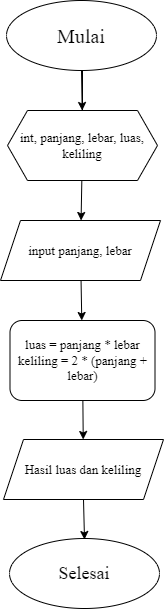
Above: FlowchartPersegiPanjang.png in Sariafauzani/daspro_latihan4 (draw.io), before the change. Source tidied: cells renumbered, new cells last; positions are measured from the earlier drawing's top-left corner, leaving out a move shared by most shapes. The source it was exported from:
```xml
<mxGraphModel>
  <root>
    <mxCell id="0" />
    <mxCell id="1" parent="0" />
    <mxCell id="2" style="edgeStyle=none;html=1;fontFamily=Times New Roman;fontSize=13;" parent="1" edge="1" source="3" target="5">
      <mxGeometry relative="1" as="geometry" />
    </mxCell>
    <mxCell id="3" value="&lt;font face=&quot;Times New Roman&quot; style=&quot;font-size: 20px;&quot;&gt;Mulai&lt;/font&gt;" style="ellipse;whiteSpace=wrap;html=1;" parent="1" vertex="1">
      <mxGeometry x="6" width="150" height="70" as="geometry" />
    </mxCell>
    <mxCell id="4" style="edgeStyle=none;html=1;fontFamily=Times New Roman;fontSize=13;" parent="1" edge="1" source="5" target="7">
      <mxGeometry relative="1" as="geometry" />
    </mxCell>
    <mxCell id="5" value="&lt;font style=&quot;font-size: 13px;&quot; face=&quot;Times New Roman&quot;&gt;int, panjang, lebar, luas, keliling&lt;/font&gt;" style="shape=hexagon;perimeter=hexagonPerimeter2;whiteSpace=wrap;html=1;fixedSize=1;" parent="1" vertex="1">
      <mxGeometry x="7" y="110" width="150" height="70" as="geometry" />
    </mxCell>
    <mxCell id="6" style="edgeStyle=none;html=1;fontFamily=Times New Roman;fontSize=13;" parent="1" edge="1" source="7" target="9">
      <mxGeometry relative="1" as="geometry" />
    </mxCell>
    <mxCell id="7" value="&lt;font style=&quot;font-size: 13px;&quot;&gt;input panjang, lebar&lt;/font&gt;" style="shape=parallelogram;perimeter=parallelogramPerimeter;whiteSpace=wrap;html=1;fixedSize=1;fontFamily=Times New Roman;" parent="1" vertex="1">
      <mxGeometry y="220" width="160" height="60" as="geometry" />
    </mxCell>
    <mxCell id="8" style="edgeStyle=none;html=1;fontFamily=Times New Roman;fontSize=13;" parent="1" edge="1" source="9" target="11">
      <mxGeometry relative="1" as="geometry" />
    </mxCell>
    <mxCell id="9" value="&lt;font style=&quot;font-size: 13px;&quot; face=&quot;Times New Roman&quot;&gt;luas = panjang * lebar&lt;br&gt;keliling = 2 * (panjang + lebar)&lt;/font&gt;" style="rounded=1;whiteSpace=wrap;html=1;" parent="1" vertex="1">
      <mxGeometry x="9.5" y="320" width="145" height="80" as="geometry" />
    </mxCell>
    <mxCell id="10" style="edgeStyle=none;html=1;fontFamily=Times New Roman;fontSize=13;exitX=0.5;exitY=1;exitDx=0;exitDy=0;" parent="1" edge="1" source="11">
      <mxGeometry relative="1" as="geometry">
        <mxPoint x="84" y="539" as="targetPoint" />
      </mxGeometry>
    </mxCell>
    <mxCell id="11" value="&lt;font style=&quot;font-size: 13px;&quot; face=&quot;Times New Roman&quot;&gt;Hasil luas dan keliling&lt;/font&gt;" style="shape=parallelogram;perimeter=parallelogramPerimeter;whiteSpace=wrap;html=1;fixedSize=1;" parent="1" vertex="1">
      <mxGeometry x="3" y="439" width="160" height="60" as="geometry" />
    </mxCell>
    <mxCell id="12" value="&lt;font style=&quot;font-size: 18px;&quot; face=&quot;Times New Roman&quot;&gt;Selesai&lt;/font&gt;" style="ellipse;whiteSpace=wrap;html=1;" parent="1" vertex="1">
      <mxGeometry x="9" y="538" width="150" height="70" as="geometry" />
    </mxCell>
    <mxCell id="13" style="endArrow=none;html=1;exitX=0.5;exitY=0;exitDx=0;exitDy=0;" parent="1" edge="1" source="5">
      <mxGeometry relative="1" as="geometry">
        <mxPoint x="82" y="70" as="targetPoint" />
      </mxGeometry>
    </mxCell>
  </root>
</mxGraphModel>
```
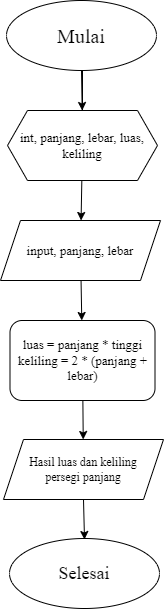
Later version of the same file.

The edit, as a diff of the source:
```diff
@@ -11,19 +11,19 @@
     <mxCell id="4" style="edgeStyle=none;html=1;fontFamily=Times New Roman;fontSize=13;" parent="1" edge="1" source="5" target="7">
       <mxGeometry relative="1" as="geometry" />
     </mxCell>
-    <mxCell id="5" value="&lt;font style=&quot;font-size: 13px;&quot; face=&quot;Times New Roman&quot;&gt;int, panjang, lebar, luas, keliling&lt;/font&gt;" style="shape=hexagon;perimeter=hexagonPerimeter2;whiteSpace=wrap;html=1;fixedSize=1;" parent="1" vertex="1">
+    <mxCell id="5" value="&lt;font face=&quot;Times New Roman&quot;&gt;&lt;span style=&quot;font-size: 13px;&quot;&gt;int, panjang, lebar, luas, keliling&lt;/span&gt;&lt;/font&gt;" style="shape=hexagon;perimeter=hexagonPerimeter2;whiteSpace=wrap;html=1;fixedSize=1;" parent="1" vertex="1">
       <mxGeometry x="7" y="110" width="150" height="70" as="geometry" />
     </mxCell>
     <mxCell id="6" style="edgeStyle=none;html=1;fontFamily=Times New Roman;fontSize=13;" parent="1" edge="1" source="7" target="9">
       <mxGeometry relative="1" as="geometry" />
     </mxCell>
-    <mxCell id="7" value="&lt;font style=&quot;font-size: 13px;&quot;&gt;input panjang, lebar&lt;/font&gt;" style="shape=parallelogram;perimeter=parallelogramPerimeter;whiteSpace=wrap;html=1;fixedSize=1;fontFamily=Times New Roman;" parent="1" vertex="1">
+    <mxCell id="7" value="&lt;span style=&quot;font-size: 13px;&quot;&gt;input, panjang, lebar&lt;/span&gt;" style="shape=parallelogram;perimeter=parallelogramPerimeter;whiteSpace=wrap;html=1;fixedSize=1;fontFamily=Times New Roman;" parent="1" vertex="1">
       <mxGeometry y="220" width="160" height="60" as="geometry" />
     </mxCell>
     <mxCell id="8" style="edgeStyle=none;html=1;fontFamily=Times New Roman;fontSize=13;" parent="1" edge="1" source="9" target="11">
       <mxGeometry relative="1" as="geometry" />
     </mxCell>
-    <mxCell id="9" value="&lt;font style=&quot;font-size: 13px;&quot; face=&quot;Times New Roman&quot;&gt;luas = panjang * lebar&lt;br&gt;keliling = 2 * (panjang + lebar)&lt;/font&gt;" style="rounded=1;whiteSpace=wrap;html=1;" parent="1" vertex="1">
+    <mxCell id="9" value="&lt;font style=&quot;font-size: 13px;&quot; face=&quot;Times New Roman&quot;&gt;luas = panjang * tinggi&lt;br&gt;keliling = 2 * (panjang + lebar)&lt;br&gt;&lt;/font&gt;" style="rounded=1;whiteSpace=wrap;html=1;" parent="1" vertex="1">
       <mxGeometry x="9.5" y="320" width="145" height="80" as="geometry" />
     </mxCell>
     <mxCell id="10" style="edgeStyle=none;html=1;fontFamily=Times New Roman;fontSize=13;exitX=0.5;exitY=1;exitDx=0;exitDy=0;" parent="1" edge="1" source="11">
@@ -31,7 +31,7 @@
         <mxPoint x="84" y="539" as="targetPoint" />
       </mxGeometry>
     </mxCell>
-    <mxCell id="11" value="&lt;font style=&quot;font-size: 13px;&quot; face=&quot;Times New Roman&quot;&gt;Hasil luas dan keliling&lt;/font&gt;" style="shape=parallelogram;perimeter=parallelogramPerimeter;whiteSpace=wrap;html=1;fixedSize=1;" parent="1" vertex="1">
+    <mxCell id="11" value="&lt;font style=&quot;font-size: 12px;&quot; face=&quot;Times New Roman&quot;&gt;Hasil luas dan keliling &lt;br&gt;persegi panjang&lt;br&gt;&lt;/font&gt;" style="shape=parallelogram;perimeter=parallelogramPerimeter;whiteSpace=wrap;html=1;fixedSize=1;" parent="1" vertex="1">
       <mxGeometry x="3" y="439" width="160" height="60" as="geometry" />
     </mxCell>
     <mxCell id="12" value="&lt;font style=&quot;font-size: 18px;&quot; face=&quot;Times New Roman&quot;&gt;Selesai&lt;/font&gt;" style="ellipse;whiteSpace=wrap;html=1;" parent="1" vertex="1">
```
